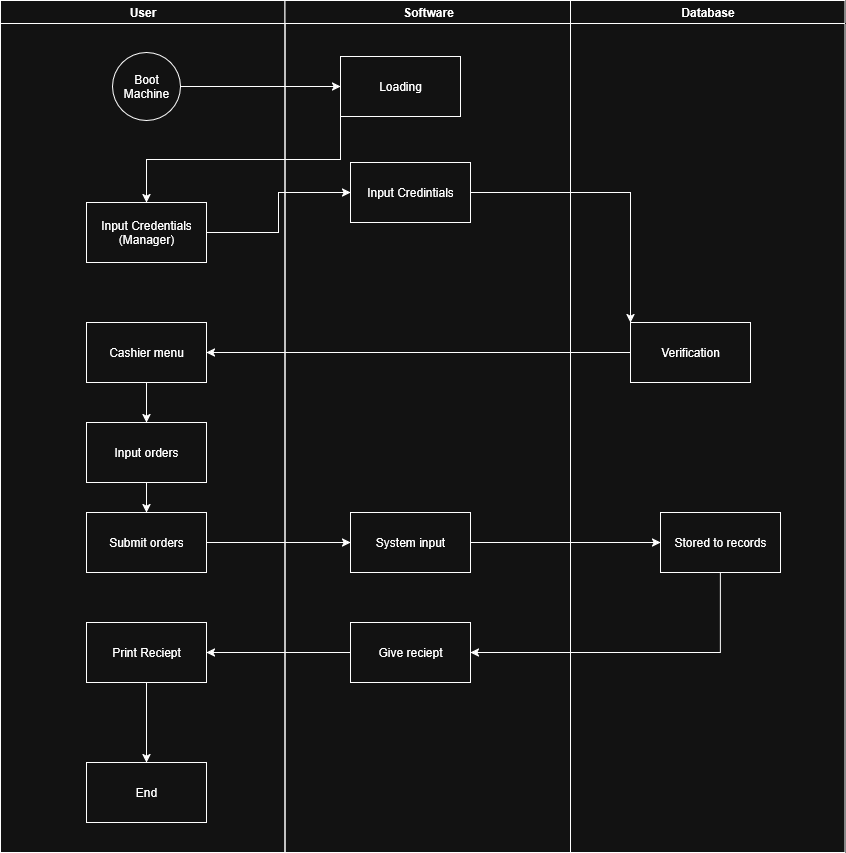
This is activity.cashsys.drawio.png from Shnorpoe/Cashsys, a draw.io export, as it was before one commit. Source tidied: cells renumbered, new cells last; positions are measured from the earlier drawing's top-left corner, leaving out a move shared by most shapes.
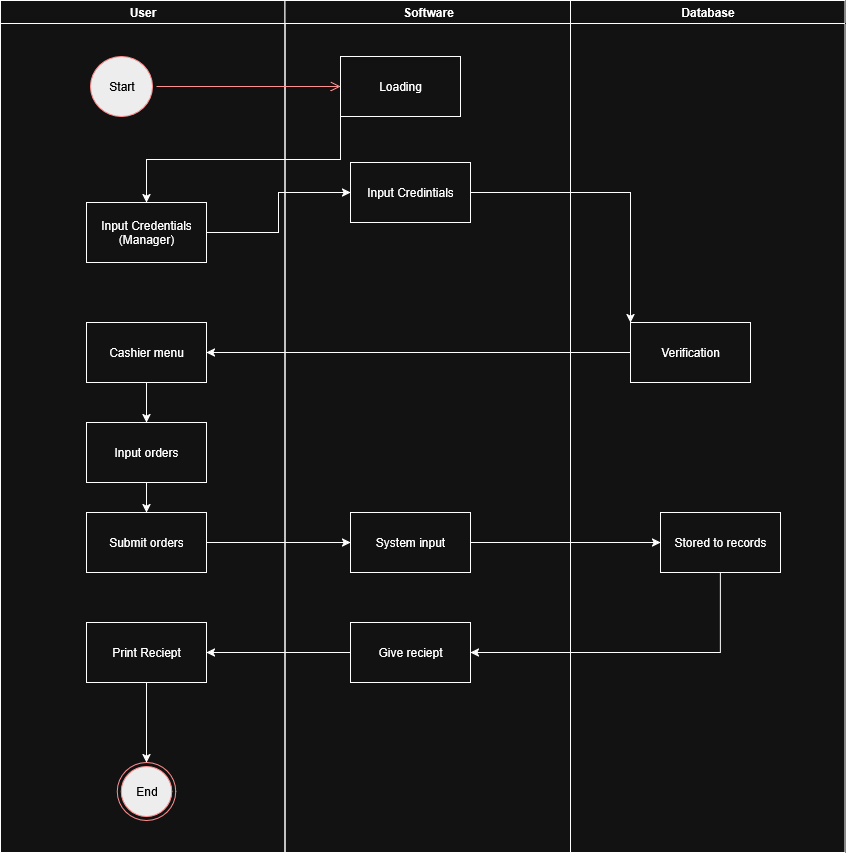
After the change.

The edit, as a diff of the source:
```diff
@@ -5,9 +5,6 @@
     <mxCell id="2" value="User" style="swimlane;whiteSpace=wrap;" parent="1" vertex="1">
       <mxGeometry width="284.5" height="852" as="geometry" />
     </mxCell>
-    <mxCell id="3" value="Boot Machine" style="ellipse;whiteSpace=wrap;html=1;" parent="2" vertex="1">
-      <mxGeometry x="112" y="52" width="68" height="68" as="geometry" />
-    </mxCell>
     <mxCell id="4" style="edgeStyle=orthogonalEdgeStyle;rounded=0;jettySize=auto;html=1;" parent="2" edge="1" source="5" target="8">
       <mxGeometry relative="1" as="geometry" />
     </mxCell>
@@ -26,14 +23,19 @@
     <mxCell id="9" value="Submit orders" style="whiteSpace=wrap;html=1;rounded=0;" parent="2" vertex="1">
       <mxGeometry x="86" y="512" width="120" height="60" as="geometry" />
     </mxCell>
-    <mxCell id="10" style="edgeStyle=orthogonalEdgeStyle;rounded=0;jettySize=auto;html=1;" parent="2" edge="1" source="11" target="12">
-      <mxGeometry relative="1" as="geometry" />
+    <mxCell id="10" style="edgeStyle=orthogonalEdgeStyle;rounded=0;jettySize=auto;html=1;" parent="2" edge="1" source="11">
+      <mxGeometry relative="1" as="geometry">
+        <mxPoint x="146" y="762" as="targetPoint" />
+      </mxGeometry>
     </mxCell>
     <mxCell id="11" value="Print Reciept" style="whiteSpace=wrap;html=1;rounded=0;" parent="2" vertex="1">
       <mxGeometry x="86" y="622" width="120" height="60" as="geometry" />
     </mxCell>
+    <mxCell id="30" value="&lt;span style=&quot;color: light-dark(rgb(0, 0, 0), rgb(0, 0, 0));&quot;&gt;Start&lt;/span&gt;" style="ellipse;html=1;shape=startState;fillColor=#000000;strokeColor=#ff0000;" parent="2" vertex="1">
+      <mxGeometry x="86" y="52" width="70" height="68" as="geometry" />
+    </mxCell>
-    <mxCell id="12" value="End" style="whiteSpace=wrap;html=1;rounded=0;" parent="2" vertex="1">
-      <mxGeometry x="86" y="762" width="120" height="60" as="geometry" />
+    <mxCell id="12" value="&lt;span style=&quot;color: light-dark(rgb(0, 0, 0), rgb(0, 0, 0));&quot;&gt;End&lt;/span&gt;" style="ellipse;html=1;shape=endState;fillColor=#000000;strokeColor=#ff0000;" parent="2" vertex="1">
+      <mxGeometry x="116.8" y="762" width="58.5" height="58" as="geometry" />
     </mxCell>
     <mxCell id="13" value="Software" style="swimlane;whiteSpace=wrap;" parent="1" vertex="1">
       <mxGeometry x="284.5" width="285.5" height="852" as="geometry" />
@@ -64,9 +66,6 @@
     <mxCell id="21" value="Stored to records" style="rounded=0;whiteSpace=wrap;html=1;" parent="19" vertex="1">
       <mxGeometry x="90" y="512" width="120" height="60" as="geometry" />
     </mxCell>
-    <mxCell id="22" style="edgeStyle=orthogonalEdgeStyle;rounded=0;jettySize=auto;html=1;entryX=0;entryY=0.5;entryDx=0;entryDy=0;" parent="1" edge="1" source="3" target="14">
-      <mxGeometry relative="1" as="geometry" />
-    </mxCell>
     <mxCell id="23" style="edgeStyle=orthogonalEdgeStyle;rounded=0;jettySize=auto;html=1;exitX=0;exitY=1;exitDx=0;exitDy=0;entryX=0.5;entryY=0;entryDx=0;entryDy=0;" parent="1" edge="1" source="14" target="6">
       <mxGeometry relative="1" as="geometry" />
     </mxCell>
@@ -92,5 +91,8 @@
     <mxCell id="29" style="edgeStyle=orthogonalEdgeStyle;rounded=0;jettySize=auto;html=1;" parent="1" edge="1" source="18" target="11">
       <mxGeometry relative="1" as="geometry" />
     </mxCell>
+    <mxCell id="31" style="edgeStyle=orthogonalEdgeStyle;html=1;verticalAlign=bottom;endArrow=open;endSize=8;strokeColor=#ff0000;rounded=0;entryX=0;entryY=0.5;entryDx=0;entryDy=0;" parent="1" edge="1" source="30" target="14">
+      <mxGeometry relative="1" as="geometry" />
+    </mxCell>
   </root>
 </mxGraphModel>
```
